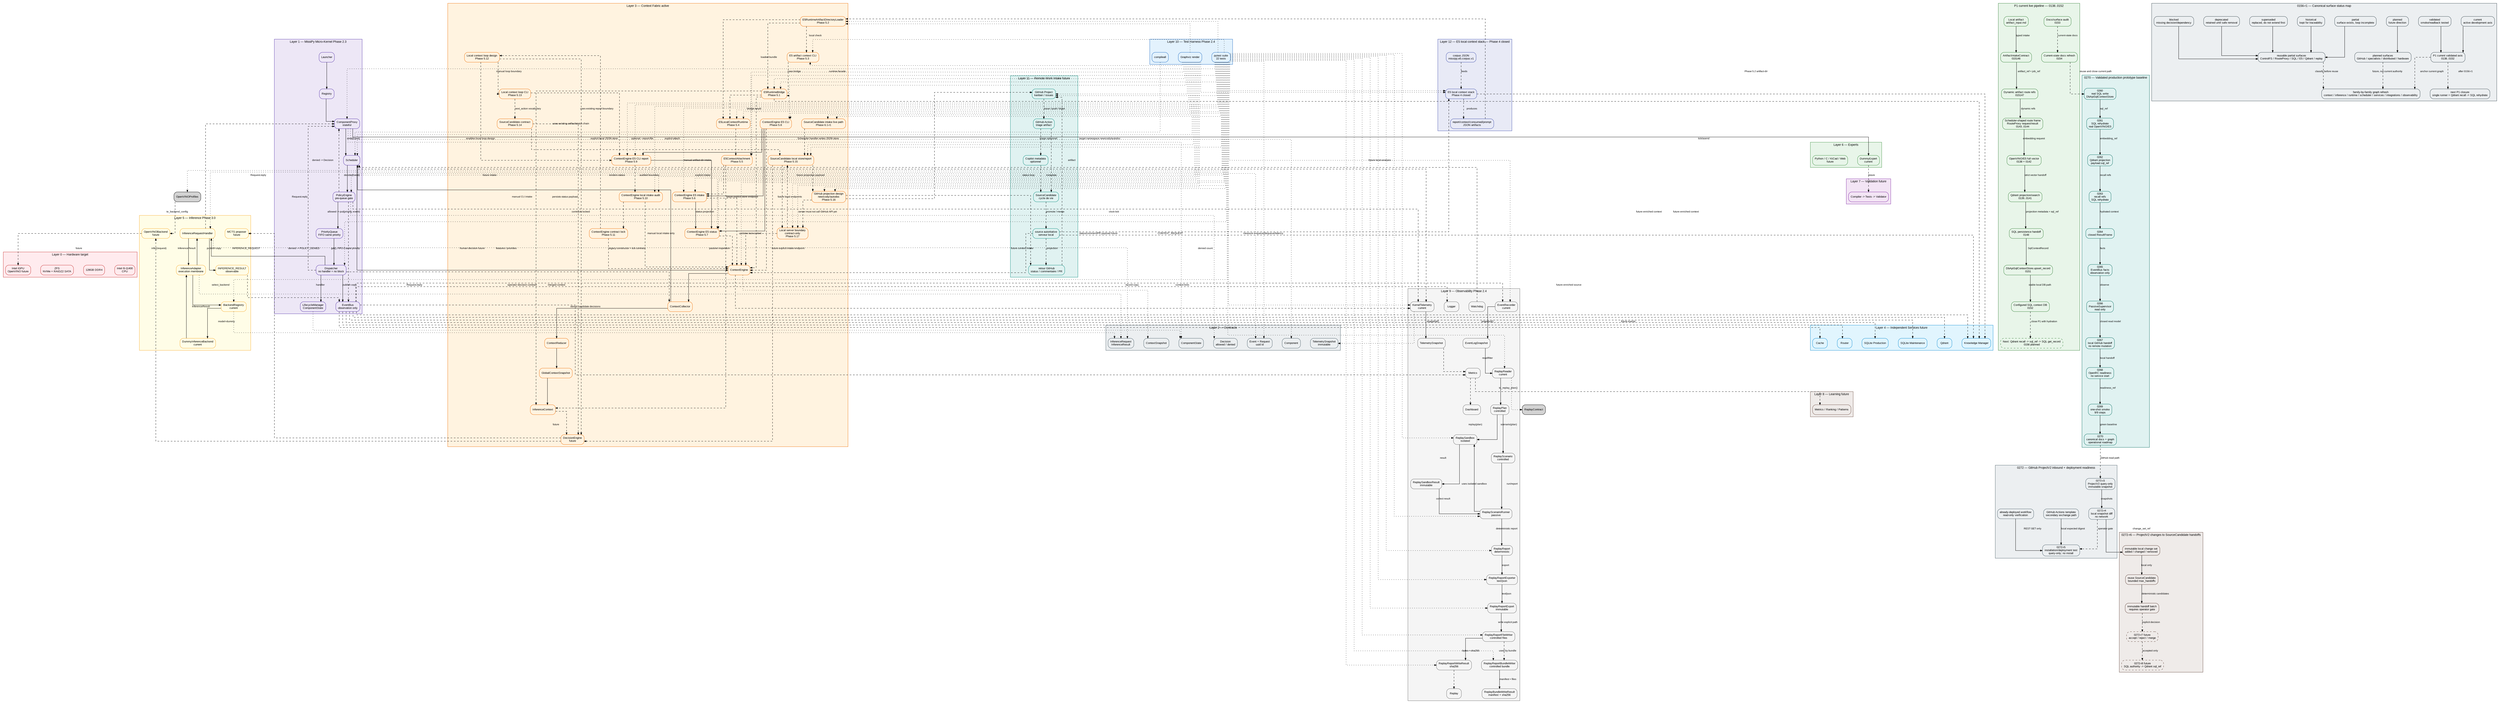
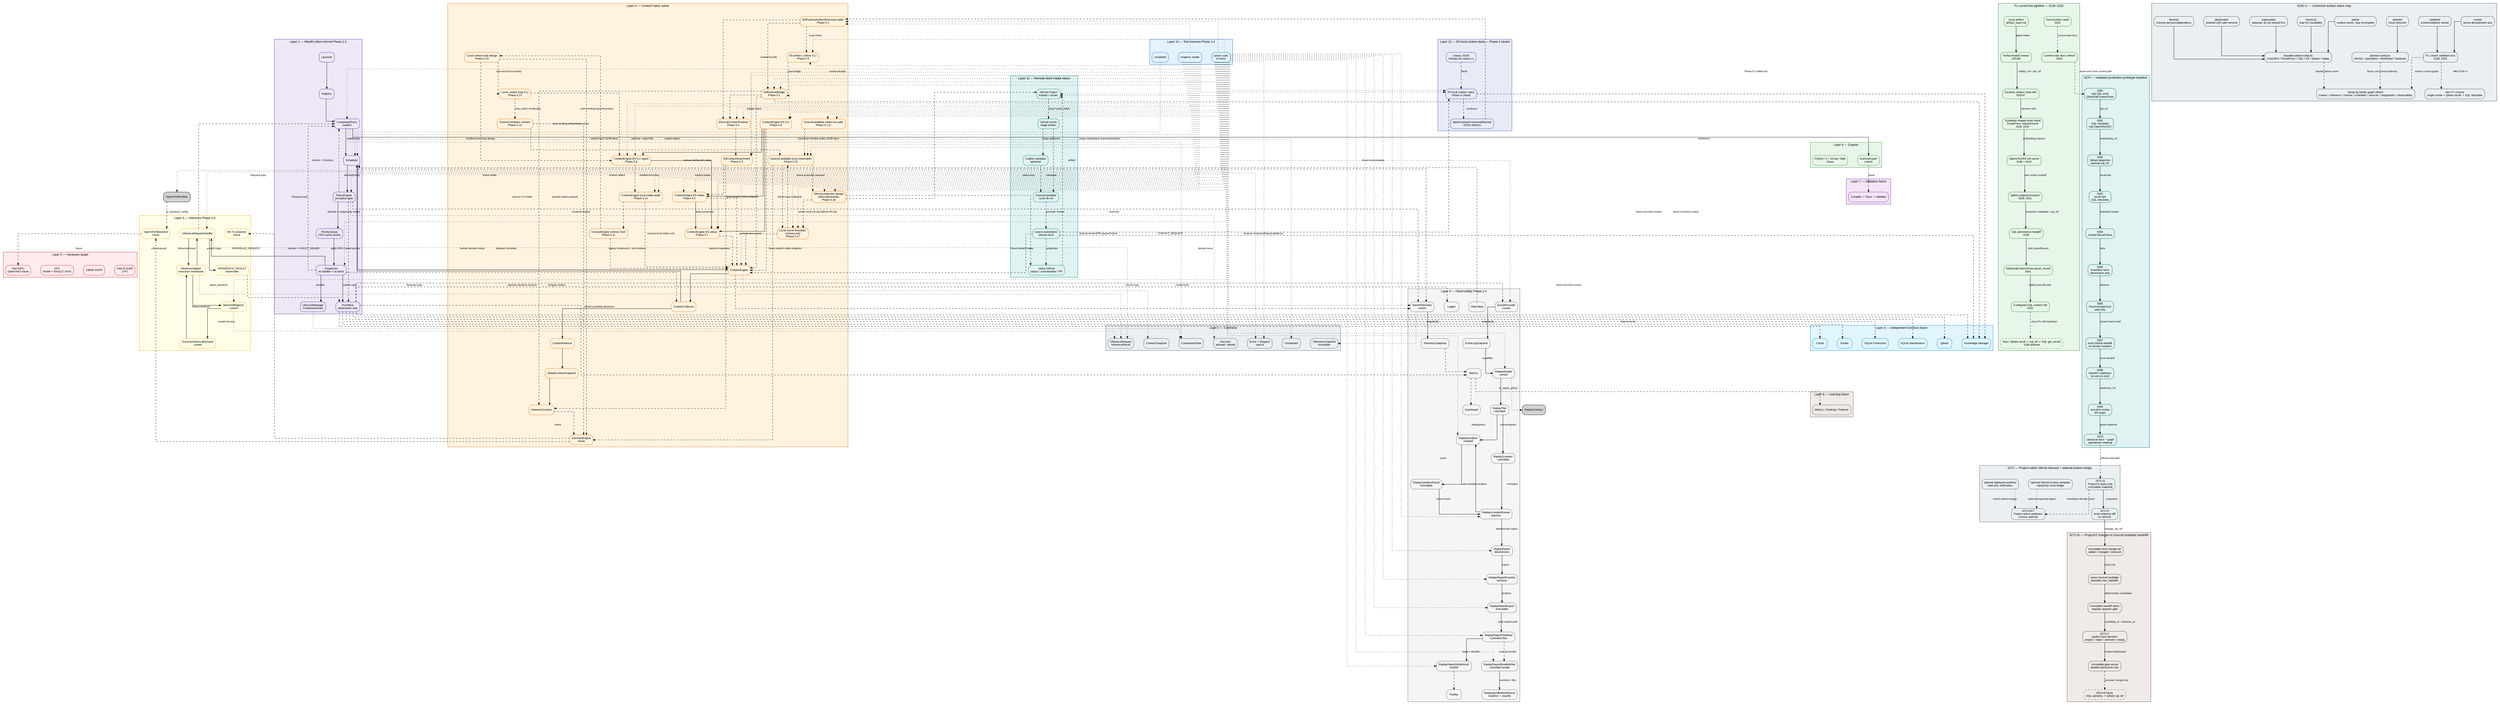
digraph Global {
    // ROADMAP_ID: global

    rankdir=TB;

    // ROADMAP_NOTE[phase2_5]:
    // BackendRegistry est ajouté au layer inference pour préparer
    // l’enregistrement explicite d’OpenVINO sans modifier le Scheduler.

    // ROADMAP_NOTE[phase3_0]:
    // OpenVINOModelProfileRegistry est ajouté pour décrire un ou plusieurs
    // modèles OpenVINO possibles avant de créer les backends exécutables.
    // ROADMAP_NOTE[phase0155]:
    // Canonical graph refresh: 00_global.dot is kept as the master graph.
    // P1 current live pipeline 0138..0152 is now visible from the global graph:
    // artifact intake -> dynamic route refs -> RouteProxy frames -> OpenVINO/E5
    // full vector -> Qdrant projection -> SQL handoff -> DbApiSqlContextStore
    // controlled write -> SQL readback. Changelogs become mandatory for each
    // significant architecture/runtime/doc/code-rule step.
    // ROADMAP_NOTE[phase0270]:
    // The canonical graph now exposes the validated 0260..0269 prototype axis.
    // SQL remains durable authority; Qdrant is projection/recall; OpenVINO/E5 is
    // explicit; EventBus and PassiveSupervisor are observation only; GitHub has
    // no implicit remote mutation; OpenRC/OS/admin owns external processes.

-     // ROADMAP_NOTE[phase0272_r6]:
-     // Immutable ProjectV2 change sets are converted locally into bounded
-     // SourceCandidate handoff batches. Every candidate remains behind a future
-     // operator gate; no GitHub mutation, SQL write or Qdrant projection occurs.
+     // ROADMAP_NOTE[phase0272_r7]:
+     // ProjectV2 is the project-native query-only source. Repository-Issue
+     // GitHub Actions remain an optional bridge. Immutable r6 handoffs now pass
+     // through an explicit local SourceCandidateDecision gate; r7 still performs
+     // no GitHub mutation, SQL write or Qdrant projection.

    compound=true;
    splines=ortho;
    nodesep=0.5;
    ranksep=0.8;

    graph [fontname="Arial", fontsize=11];
    node [shape=box, style="rounded,filled", fontname="Arial", fontsize=10];
    edge [fontname="Arial", fontsize=9, arrowsize=0.7];

    // ROADMAP_NOTE[phase2_4]:
// ReplayReportBundleWriter ajoute un dossier de replay contrôlé :
// report.txt, report.json et manifest.json avec sha256. La roadmap DOT
// est aussi vérifiée par tests/docs/test_dot_links.py afin que les liens
// descente/remontée pointent vers des sources DOT existantes.
    // Le Layer 9 ajoute ReplayReportFileWriter après ReplayReportExport.
    // Cette étape persiste les exports texte/JSON vers chemins explicites.
    // Aucun répertoire n'est créé ni aucun fichier écrasé sans demande explicite.
    // Le writer reste passif et ne commande jamais le Scheduler vivant.


    // ROADMAP_NOTE[phase4_18_r2]:
    // GitHub Project Orchestrator est visible dans l'architecture globale.
    // Cette couche reste future et documentaire : pas d'API GitHub, pas de token,
    // pas de polling réseau et pas de dépendance Copilot dans le coeur.

    // ROADMAP_NOTE[phase4_19]:
    // La Phase 4 se clôt par un audit du moteur local E5 : corpus, recherche,
    // diagnostics, gates, rapports, contexte, consommation et prompt packet.
    // Le stack E5 reste hors Scheduler, hors Qdrant et hors backend de réponse.

    // ROADMAP_NOTE[phase4_20]:
    // Phase 4 clôturée : le moteur local E5 produit des artefacts déterministes
    // de recherche, contexte consommé et prompt packet. La Phase 5 peut brancher
    // ce socle au serveur local ou au Context Engine sans changer ces frontières.

    // ROADMAP_NOTE[phase5_2]:
    // E5RuntimeArtifactDirectoryLoader ajoute la bordure IO locale pour lire un
    // artifact-dir Phase 4 et réutiliser le pont pur E5RuntimeBridge. Aucun daemon,
    // réseau, Scheduler vivant, Qdrant ou LLM n'est introduit.


    // ROADMAP_NOTE[phase5_4]:
    // E5LocalContextRuntime ajoute une façade runtime locale stable au-dessus
    // du loader 5.2 et du bridge 5.1. Elle retourne un statut typé et un
    // InferenceContext sans CLI, daemon, réseau, Scheduler vivant, Qdrant ou LLM.

    // ROADMAP_NOTE[phase5_5]:
    // E5ContextAttachment fusionne explicitement un résultat runtime E5 local
    // avec un InferenceContext existant. Cette étape prépare l'intake futur du
    // ContextEngine sans lancer Scheduler, daemon, réseau, Qdrant ou LLM.

    // ROADMAP_NOTE[phase5_6]:
    // ContextEngine reçoit une entrée E5 explicite : artifact-dir ou runtime result
    // -> attachement -> last_inference_context. Aucun autoload, aucun Scheduler
    // vivant, aucun daemon, réseau, Qdrant ou LLM n'est introduit.

    // ROADMAP_NOTE[phase5_7]:
    // E5ContextEngineStatus ajoute une projection passive et sérialisable
    // de l'état E5 attaché au ContextEngine. Elle ne lit aucun fichier,
    // ne mute aucun contexte et ne déclenche aucun Scheduler/backend.

    // ROADMAP_NOTE[phase5_8]:
    // E5ContextEngineCLI ajoute une bordure manuelle : artifact-dir ->
    // ContextEngine.attach_e5_artifact_dir() -> E5ContextEngineStatus. Elle
    // ne lance aucun Scheduler vivant, daemon, réseau, Qdrant ou LLM.


    // ROADMAP_NOTE[phase5_10]:
    // Phase 5.10 audite le bloc d'intake manuel local : artifact-dir Phase 4,
    // ContextEngine E5 CLI, report JSON et projection status. Elle ne modifie
    // pas le runtime et prépare seulement la bascule future vers serveur/local loop.

    // ROADMAP_NOTE[phase5_9]:
    // E5ContextEngineCLIReport ajoute --report-file à la bordure CLI 5.8.
    // La commande existante peut persister son payload intake + status en JSON
    // atomique sans nouvelle surface CLI, Scheduler vivant, réseau, Qdrant ou LLM.







    // ROADMAP_NOTE[phase5_17]:
    // LocalServerBoundary formalise une surface serveur local future pour
    // SourceCandidate, reports et ContextEngine intake. Cette étape reste
    // contract-only : pas de serveur, socket, framework, réseau, GitHub API,
    // token, Scheduler autoload, Qdrant, LLM ou appel OpenVINO.




    // ROADMAP_NOTE[phase6_1_r1]:
    // la CLI produit une commande typée qui traverse Scheduler -> Dispatcher
    // -> SourceCandidateIntakeHandler -> store JSON réel -> événement observable.
    // ROADMAP_NOTE[phase6_1]:
    // SourceCandidateIntakeCLI démarre Phase 6 : une entrée opérateur locale
    // crée ou remplace une SourceCandidate dans le store JSON atomique. Aucun
    // serveur, daemon, réseau, API GitHub, token, Qdrant, LLM ou OpenVINO.

    // ROADMAP_NOTE[phase5_18]:
    // Phase 5 se clôt sur l'intégration locale contrôlée : artifact-dir E5,
    // runtime bridge/facade, ContextEngine intake explicite, status/report,
    // SourceCandidate local, projection GitHub documentaire et frontière
    // adapter serveur futur non choisie. Aucun daemon, réseau, GitHub API,
    // token, Qdrant, LLM ou appel OpenVINO caché n'est introduit.

    // ROADMAP_NOTE[phase5_17_r1]:
    // LocalServerBoundaryClarification précise que la frontière serveur est
    // un contrat d'adapter futur non choisi : adapter_kind=undecided et
    // framework_choice=undecided. FastAPI/Flask ne sont pas recommandés ici.

    // ROADMAP_NOTE[phase5_16]:
    // GitHubProjectionDesign formalise la projection future entre le store
    // local SourceCandidate et newicody/autodoc. Cette étape reste documentaire :
    // aucun token, réseau, polling, GitHub API, serveur, Qdrant ou LLM.

    // ROADMAP_NOTE[phase5_15]:
    // SourceCandidateStorageReport ajoute un store JSON local explicite pour
    // SourceCandidate : load, upsert atomique, snapshot et rapport optionnel.
    // La valeur newicody/autodoc reste une projection future sans API GitHub,
    // réseau, token, daemon, Qdrant, LLM ou base de données.

    // ROADMAP_NOTE[phase5_14]:
    // SourceCandidateContract ajoute le contrat local d'une entrée candidate :
    // origin/input/policy/status/decision/transition immuable. La valeur
    // newicody/autodoc prépare la projection GitHub future sans API, réseau ou token.

    // ROADMAP_NOTE[phase5_13]:
    // LocalContextLoopCLI ajoute une orchestration manuelle mince : artifact-dir
    // Phase 4 -> ContextEngine intake -> status -> report + next_action opérateur.
    // Elle ne relance pas E5/OpenVINO, ne mute aucune décision et n'ajoute aucun
    // daemon, serveur, réseau, Qdrant, LLM ou stockage persistant.

    // ROADMAP_NOTE[phase5_12]:
    // LocalContextLoopDesign formalise la boucle locale manuelle : artifact-dir
    // Phase 4 -> runtime local -> intake explicite ContextEngine -> status/report
    // -> décision humaine. Aucun serveur, daemon, réseau, stockage persistant,
    // Qdrant, LLM ou appel OpenVINO caché n'est introduit.

    // ROADMAP_NOTE[phase5_3]:
    // E5 artifact context CLI ajoute une bordure de vérification locale pour
    // afficher l'InferenceContext construit depuis un artifact-dir, sans daemon,
    // réseau, Scheduler vivant, Qdrant ou LLM.

    subgraph cluster_L0 {
        label="Layer 0 — Hardware target";
        color="#c62828";
        bgcolor="#ffebee";
        node [fillcolor="#ffebee", color="#c62828"];
        CPU [label="Intel i5-11400\nCPU"];
        RAM [label="128GB DDR4"];
        Storage [label="ZFS\nNVMe + RAIDZ2 SATA"];
        GPU [label="Intel iGPU\nOpenVINO future"];
    }

    subgraph cluster_L1 {
        label="Layer 1 — MissiPy Micro-Kernel Phase 2.3";
        color="#512da8";
        bgcolor="#ede7f6";
        node [fillcolor="#ede7f6", color="#512da8"];
        Launcher [URL="scheduler/10_scheduler.svg", tooltip="Zoom Scheduler"];
        Registry [URL="scheduler/10_scheduler.svg", tooltip="Registry"];
        Proxy [label="ComponentProxy\nstateful", URL="scheduler/component_proxy/14_component_proxy.svg", tooltip="Runtime proxy"];
        Scheduler [URL="scheduler/10_scheduler.svg", tooltip="Zoom Scheduler"];
        Policy [label="PolicyEngine\npre-queue gate", URL="scheduler/10_scheduler.svg"];
        Queue [label="PriorityQueue\nFIFO same priority", URL="scheduler/priority_queue/13_priority_queue.svg"];
        Dispatcher [label="Dispatcher\nno handler = no block", URL="scheduler/dispatcher/11_dispatcher.svg"];
        EventBus [label="EventBus\nobservation only", URL="scheduler/event_bus/12_event_bus.svg"];
        Lifecycle [label="LifecycleManager\nComponentState", URL="scheduler/10_scheduler.svg"];
    }

    subgraph cluster_L2 {
        label="Layer 2 — Contracts";
        color="#455a64";
        bgcolor="#eceff1";
        node [fillcolor="#eceff1", color="#455a64"];
        EventContract [label="Event + Request\nuuid id"];
        LifecycleContract [label="ComponentState"];
        ComponentContract [label="Component"];
        ContextContract [label="ContextSnapshot"];
        InferenceContract [label="InferenceRequest\nInferenceResult"];
        PolicyContract [label="Decision\nallowed / denied"];
        TelemetryContract [label="TelemetrySnapshot\nimmutable"];
    }

    subgraph cluster_L3 {
        label="Layer 3 — Context Fabric active";
        color="#ef6c00";
        bgcolor="#fff3e0";
        node [fillcolor="#fff3e0", color="#ef6c00"];
        ContextEngine [label="ContextEngine", URL="context/20_context.svg"];
        Collector [label="ContextCollector", URL="context/20_context.svg"];
        Reducer [label="ContextReducer", URL="context/20_context.svg"];
        Snapshot [label="GlobalContextSnapshot", URL="context/20_context.svg"];
        InferenceCtx [label="InferenceContext", URL="context/20_context.svg"];
        E5RuntimeBridge [label="E5RuntimeBridge\nPhase 5.1", URL="context/25_e5_runtime_bridge.svg"];
        E5ArtifactLoader [label="E5RuntimeArtifactDirectoryLoader\nPhase 5.2", URL="context/26_e5_artifact_directory_loader.svg"];
        E5ArtifactContextCLI [label="E5 artifact context CLI\nPhase 5.3", URL="context/27_e5_artifact_context_cli.svg"];
        E5LocalRuntime [label="E5LocalContextRuntime\nPhase 5.4", URL="context/28_e5_local_context_runtime.svg"];
        E5ContextAttachment [label="E5ContextAttachment\nPhase 5.5", URL="context/29_e5_context_attachment.svg"];
        E5ContextEngineIntake [label="ContextEngine E5 intake\nPhase 5.6", URL="context/30_e5_context_engine_intake.svg"];
        E5ContextEngineStatus [label="ContextEngine E5 status\nPhase 5.7", URL="context/31_e5_context_engine_status.svg"];
        E5ContextEngineCLI [label="ContextEngine E5 CLI\nPhase 5.8", URL="context/32_e5_context_engine_cli.svg"];
        E5ContextEngineCLIReport [label="ContextEngine E5 CLI report\nPhase 5.9", URL="context/33_e5_context_engine_cli_report.svg"];
        E5ContextEngineIntakeAudit [label="ContextEngine local intake audit\nPhase 5.10", URL="context/34_e5_context_engine_intake_audit.svg"];
        ContextEngineContractLock [label="ContextEngine contract lock\nPhase 5.11", URL="context/35_context_engine_contract_lock.svg"];
        LocalContextLoopDesign [label="Local context loop design\nPhase 5.12", URL="context/36_local_context_loop_design.svg"];
        LocalContextLoopCLI [label="Local context loop CLI\nPhase 5.13", URL="context/37_local_context_loop_cli.svg"];
        SourceCandidateContract [label="SourceCandidate contract\nPhase 5.14", URL="context/38_source_candidate_contract.svg"];
        SourceCandidateStore [label="SourceCandidate local store/report\nPhase 5.15", URL="context/39_source_candidate_storage_report.svg"];
        GitHubProjectionDesign [label="GitHub projection design\nnewicody/autodoc\nPhase 5.16", URL="context/40_github_projection_design.svg"];
        LocalServerBoundary [label="Local server boundary\ncontract-only\nPhase 5.17", URL="context/41_local_server_boundary.svg"];
        Decision [label="DecisionEngine\nfuture", URL="context/20_context.svg"];
        SourceCandidateIntakeLivePath [label="SourceCandidate intake live path\nPhase 6.1-r1", URL="context/44_source_candidate_intake_live_path.svg"];
    }

    E5ContextEngineIntake -> E5ContextEngineStatus [label="status projection"];
    E5ContextEngineCLI -> E5ContextEngineIntake [label="manual artifact-dir intake"];
    E5ContextEngineCLI -> E5ContextEngineStatus [label="renders status"];
    E5ContextEngineCLI -> E5ContextEngineCLIReport [label="optional --report-file"];
    E5ContextEngineCLIReport -> E5ContextEngineStatus [label="persists status payload"];
    E5ContextEngineCLIReport -> E5ContextEngineIntakeAudit [style=dashed, label="audited boundary"];
    E5ContextEngineIntakeAudit -> ContextEngineContractLock [style=dashed, label="contracts locked"];
    ContextEngineContractLock -> ContextEngine [style=dashed, label="legacy constructor + tick contract"];
    E5ContextEngineIntakeAudit -> ContextEngine [style=dashed, label="manual local intake only"];
    ContextEngineContractLock -> LocalContextLoopDesign [style=dashed, label="enables local loop design"];
    LocalContextLoopDesign -> E5ContextEngineCLIReport [style=dashed, label="uses existing report boundary"];
    LocalContextLoopDesign -> LocalContextLoopCLI [style=dashed, label="manual loop boundary"];
    LocalContextLoopCLI -> E5ContextEngineCLIReport [style=dashed, label="uses existing artifact/status chain"];
    LocalContextLoopCLI -> SourceCandidateContract [style=dashed, label="next_action vocabulary"];
    SourceCandidateContract -> SourceCandidateStore [style=dashed, label="explicit local JSON store"];
    SourceCandidateStore -> Decision [style=dashed, label="stored candidate decisions"];
    SourceCandidateIntakeLivePath -> SourceCandidateStore [style=dashed, label="Scheduler handler writes JSON store"];
    SourceCandidateStore -> GitHubProjectionDesign [style=dashed, label="future projection payload"];
    SourceCandidateContract -> Decision [style=dashed, label="operator decision contract"];
    LocalContextLoopDesign -> Decision [style=dashed, label="human decision future"];


    subgraph cluster_P1_CURRENT_0155 {
        label="P1 current live pipeline — 0138..0152";
        color="#2e7d32";
        bgcolor="#e8f5e9";
        node [fillcolor="#e8f5e9", color="#2e7d32"];

        P1Artifact [label="Local artifact\nartifact_input.md", URL="runtime/145_local_artifact_vector_indexing_runner.svg"];
        P1Intake [label="ArtifactIntakeContract\n015146", URL="runtime/146_artifact_intake_contract.svg"];
        P1RouteRefs [label="Dynamic artifact route refs\n015147", URL="runtime/147_dynamic_artifact_route_refs.svg"];
        P1SchedulerRoute [label="Scheduler-shaped route frame\nRouteProxy request/result\n0143..0144", URL="runtime/143_scheduler_vector_indexing_smoke.svg"];
        P1OpenVINO [label="OpenVINO/E5 full vector\n0138 + 0142", URL="runtime/142_machine_vector_handoff.svg"];
        P1Qdrant [label="Qdrant projection/search\n0139..0141", URL="runtime/140_qdrant_projection_operator_rest_smoke.svg"];
        P1SqlHandoff [label="SQL persistence handoff\n0148", URL="runtime/148_sql_persistence_handoff.svg"];
        P1SqlStore [label="DbApiSqlContextStore.upsert_record\n0151", URL="runtime/151_sql_context_store_controlled_write.svg"];
        P1ConfiguredDb [label="Configured SQL context DB\n0152", URL="runtime/152_sql_context_store_configured_db_path.svg"];
        P1DocsAudit [label="Docs/surface audit\n0153", URL="runtime/153_architecture_docs_surface_audit.svg"];
        P1DocsRefresh [label="Current-state docs refresh\n0154", URL="runtime/154_current_p1_pipeline.svg"];
        P1RehydrationNext [label="Next: Qdrant recall -> sql_ref -> SQL get_record\n0156 planned", style="rounded,dashed,filled"];
    }

    P1Artifact -> P1Intake [label="typed intake"];
    P1Intake -> P1RouteRefs [label="artifact_ref + job_ref"];
    P1RouteRefs -> P1SchedulerRoute [label="dynamic refs"];
    P1SchedulerRoute -> P1OpenVINO [label="embedding request"];
    P1OpenVINO -> P1Qdrant [label="strict vector handoff"];
    P1Qdrant -> P1SqlHandoff [label="projection metadata + sql_ref"];
    P1SqlHandoff -> P1SqlStore [label="SqlContextRecord"];
    P1SqlStore -> P1ConfiguredDb [label="stable local DB path"];
    P1ConfiguredDb -> P1RehydrationNext [style=dashed, label="close P1 with hydration"];
    P1DocsAudit -> P1DocsRefresh [style=dashed, label="current-state docs"];


    subgraph cluster_L4 {
        label="Layer 4 — Independent Services future";
        color="#0288d1";
        bgcolor="#e1f5fe";
        node [fillcolor="#e1f5fe", color="#0288d1"];
        Router [URL="services/30_services.svg"];
        SQLiteProd [label="SQLite Production", URL="services/30_services.svg"];
        SQLiteMaint [label="SQLite Maintenance", URL="services/30_services.svg"];
        Qdrant [URL="services/30_services.svg"];
        Cache [URL="services/30_services.svg"];
        Knowledge [label="Knowledge Manager", URL="services/30_services.svg"];
    }

    subgraph cluster_L5 {
        label="Layer 5 — Inference Phase 3.0";
        color="#f9a825";
        bgcolor="#fffde7";
        node [fillcolor="#fffde7", color="#f9a825"];
        InferenceHandler [label="InferenceRequestHandler", URL="inference/40_inference.svg"];
        InferenceAdapter [label="InferenceAdapter\nexecution membrane", URL="inference/40_inference.svg"];
        BackendRegistry [label="BackendRegistry\ncurrent", URL="inference/40_inference.svg"];
        DummyBackend [label="DummyInferenceBackend\ncurrent", URL="inference/40_inference.svg"];
        InferenceResult [label="INFERENCE_RESULT\nobservable", URL="inference/40_inference.svg"];
        OpenVINO [label="OpenVINOBackend\nfuture", URL="inference/40_inference.svg"];
        MCTS [label="MCTS proposer\nfuture"];
    }

    subgraph cluster_L6 {
        label="Layer 6 — Experts";
        color="#388e3c";
        bgcolor="#e8f5e9";
        node [fillcolor="#e8f5e9", color="#388e3c"];
        Dummy [label="DummyExpert\ncurrent", URL="experts/40_experts.svg"];
        ExpertsFuture [label="Python / C / KiCad / Web\nfuture", URL="experts/40_experts.svg"];
    }

    subgraph cluster_L7 {
        label="Layer 7 — Validation future";
        color="#7b1fa2";
        bgcolor="#f3e5f5";
        node [fillcolor="#f3e5f5", color="#7b1fa2"];
        Validation [label="Compiler -> Tests -> Validator", URL="validation/50_validation.svg"];
    }

    subgraph cluster_L8 {
        label="Layer 8 — Learning future";
        color="#6d4c41";
        bgcolor="#efebe9";
        node [fillcolor="#efebe9", color="#6d4c41"];
        Learning [label="Metrics / Ranking / Patterns", URL="learning/60_learning.svg"];
    }

    subgraph cluster_L9 {
        label="Layer 9 — Observability Phase 2.4";
        color="#666666";
        bgcolor="#f5f5f5";
        node [fillcolor="#f5f5f5", color="#666666"];
        Logger [URL="observability/70_observability.svg"];
        KernelTelemetry [label="KernelTelemetry
current", URL="observability/70_observability.svg"];
        TelemetrySnapshot [label="TelemetrySnapshot", URL="observability/70_observability.svg"];
        EventRecorder [label="EventRecorder
current", URL="observability/70_observability.svg"];
        EventLogSnapshot [label="EventLogSnapshot", URL="observability/70_observability.svg"];
        ReplayReader [label="ReplayReader
current", URL="observability/70_observability.svg"];
        ReplayPlan [label="ReplayPlan
controlled", URL="observability/70_observability.svg"];
        ReplaySandbox [label="ReplaySandbox
isolated", URL="observability/70_observability.svg"];
        ReplaySandboxResult [label="ReplaySandboxResult
immutable", URL="observability/70_observability.svg"];
        ReplayScenario [label="ReplayScenario
controlled", URL="observability/70_observability.svg"];
        ReplayScenarioRunner [label="ReplayScenarioRunner
passive", URL="observability/70_observability.svg"];
        ReplayReport [label="ReplayReport
deterministic", URL="observability/70_observability.svg"];
        ReplayReportExporter [label="ReplayReportExporter
text/json", URL="observability/70_observability.svg"];
        ReplayReportExport [label="ReplayReportExport
immutable", URL="observability/70_observability.svg"];
        ReplayReportFileWriter [label="ReplayReportFileWriter
controlled files", URL="observability/70_observability.svg"];
        ReplayReportWriteResult [label="ReplayReportWriteResult
sha256", URL="observability/70_observability.svg"];
        ReplayReportBundleWriter [label="ReplayReportBundleWriter
controlled bundle", URL="observability/70_observability.svg"];
        ReplayBundleWriteResult [label="ReplayBundleWriteResult
manifest + sha256", URL="observability/70_observability.svg"];
        Metrics [URL="observability/70_observability.svg"];
        Replay [URL="observability/70_observability.svg"];
        Dashboard [URL="observability/70_observability.svg"];
        Watchdog [URL="observability/70_observability.svg"];
    }

    subgraph cluster_L10 {
        label="Layer 10 — Test Harness Phase 2.4";
        color="#1565c0";
        bgcolor="#e3f2fd";
        node [fillcolor="#e3f2fd", color="#1565c0"];
        Pytest [label="pytest suite\n22 tests", URL="tests/80_tests.svg"];
        CompileAll [label="compileall"];
        DotRender [label="Graphviz render"];
    }



    subgraph cluster_L11 {
        label="Layer 11 — Remote Work Intake future";
        color="#00897b";
        bgcolor="#e0f2f1";
        node [fillcolor="#e0f2f1", color="#00897b"];
        GitHubProject [label="GitHub Project
kanban / issues", URL="integrations/90_github_project_orchestrator.svg"];
        GitHubAction [label="GitHub Action
triage artifact", URL="integrations/90_github_project_orchestrator.svg"];
        CopilotMetadata [label="Copilot metadata
optionnel", URL="integrations/90_github_project_orchestrator.svg"];
        SourceCandidate [label="SourceCandidate
cycle de vie", URL="integrations/91_source_candidate_lifecycle.svg"];
        LocalAuthority [label="source autoritative
serveur local", URL="integrations/91_source_candidate_lifecycle.svg"];
        GitHubFeedback [label="retour GitHub
status / commentaire / PR", URL="integrations/90_github_project_orchestrator.svg"];
    }

    subgraph cluster_L12 {
        label="Layer 12 — E5 local context stack — Phase 4 closed";
        color="#3949ab";
        bgcolor="#e8eaf6";
        node [fillcolor="#e8eaf6", color="#3949ab"];
        E5LocalStack [label="E5 local context stack
Phase 4 closed", URL="inference/74_e5_phase4_closure.svg"];
        E5Corpus [label="corpus JSON
missipy.e5.corpus.v1", URL="inference/73_e5_phase4_final_audit.svg"];
        E5Reports [label="report/context/consumed/prompt
JSON artifacts", URL="inference/74_e5_phase4_closure.svg"];
    }

    Launcher -> Registry;
    Registry -> Proxy;
    Proxy -> Scheduler [label="emit(Event)"];
    Scheduler -> Policy [label="decide(Event)"];
    Policy -> Queue [label="allowed -> put(priority, event)"];
    Policy -> EventBus [label="denied -> POLICY_DENIED", style=dashed];
    Policy -> Proxy [label="denied -> Decision", style=dashed];
    Queue -> Dispatcher [label="get(), FIFO if same priority"];
    Dispatcher -> Lifecycle [label="handler"];
    Dispatcher -> EventBus [label="publish copy"];
    Dispatcher -> Proxy [label="Request.reply", style=dashed];

    Lifecycle -> LifecycleContract [style=dotted];
    Proxy -> LifecycleContract [style=dotted];

    Scheduler -> ContextEngine [label="clock tick"];
    ContextEngine -> Collector;
    Collector -> Scheduler [label="CONTEXT_REQUEST"];
    Dispatcher -> Collector [label="Request.reply", style=dashed];
    Collector -> Reducer;
    Reducer -> Snapshot;
    Snapshot -> InferenceCtx;
    InferenceCtx -> Decision [style=dashed, label="future"];

    Scheduler -> EventContract [style=dotted];
    Policy -> PolicyContract [style=dotted];
    KernelTelemetry -> TelemetryContract [style=dotted];
    Proxy -> ComponentContract [style=dotted];
    ContextEngine -> ContextContract [style=dotted];
    InferenceHandler -> InferenceContract [style=dotted];
    ReplayReader -> ReplayContract [style=dotted];
    InferenceAdapter -> InferenceContract [style=dotted];
    BackendRegistry -> InferenceContract [style=dotted];

    Proxy -> Dummy [label="tick/asend"];

    Dispatcher -> InferenceHandler [label="INFERENCE_REQUEST"];
    InferenceHandler -> InferenceAdapter [label="infer(request)"];
    InferenceAdapter -> BackendRegistry [label="select_backend"];
    BackendRegistry -> DummyBackend [label="model=dummy"];
    DummyBackend -> InferenceAdapter [label="InferenceResult"];
    InferenceAdapter -> InferenceHandler [label="InferenceResult"];
    InferenceHandler -> InferenceResult [label="publish copy"];
    InferenceHandler -> Proxy [label="Request.reply", style=dashed];
    InferenceResult -> EventBus [style=dashed];
    OpenVINOProfiles -> OpenVINO [style=dashed, label="to_backend_config"];
    OpenVINO -> GPU [style=dashed, label="future"];
    E5Corpus -> E5LocalStack [style=dashed, label="feeds"];
    E5LocalStack -> E5Reports [style=dashed, label="produces"];
    E5Reports -> E5ArtifactLoader [style=dashed, label="Phase 5.2 artifact-dir"];
    E5ArtifactLoader -> E5RuntimeBridge [style=dashed, label="loaded bundle"];
    E5ArtifactLoader -> E5ArtifactContextCLI [style=dashed, label="local check"];
    E5ArtifactContextCLI -> E5RuntimeBridge [style=dashed, label="uses bridge"];
    E5ArtifactLoader -> E5LocalRuntime [style=dashed, label="runtime facade"];
    E5RuntimeBridge -> E5LocalRuntime [style=dashed, label="bridge result"];
    E5LocalRuntime -> E5ContextAttachment [style=dashed, label="explicit attach"];
    E5ContextAttachment -> InferenceCtx [style=dashed, label="merged context"];
    E5RuntimeBridge -> InferenceCtx [style=dashed, label="features / priorities"];
    E5ContextAttachment -> E5ContextEngineIntake [style=dashed, label="explicit intake"];
    E5ContextEngineIntake -> ContextEngine [style=dashed, label="updates last context"];
    E5ContextEngineStatus -> ContextEngine [style=dashed, label="passive inspection"];
    E5ContextEngineCLI -> ContextEngine [style=dashed, label="manual CLI intake"];
    E5RuntimeBridge -> ContextEngine [style=dashed, label="future intake"];
    E5RuntimeBridge -> Knowledge [style=dashed, label="future enriched context"];
    E5LocalStack -> Knowledge [style=dashed, label="future enriched context"];

    Scheduler -> KernelTelemetry [style=dashed, label="measure enqueue/dequeue/latency"];
    Policy -> KernelTelemetry [style=dashed, label="denied count"];
    ContextEngine -> KernelTelemetry [style=dashed, label="context ticks"];
    KernelTelemetry -> TelemetrySnapshot [label="snapshot()"];
    TelemetrySnapshot -> Metrics [style=dashed];

    EventBus -> Logger [style=dashed];
    EventBus -> Metrics [style=dashed];
    EventBus -> EventRecorder [style=dashed, label="record copy"];
    EventRecorder -> EventLogSnapshot [label="snapshot()"];
    EventLogSnapshot -> ReplayReader [label="read/filter"];
    ReplayReader -> ReplayPlan [label="to_replay_plan()"];
    ReplayPlan -> ReplaySandbox [label="replay(plan)"];
    ReplaySandbox -> ReplaySandboxResult [label="result"];
    ReplayPlan -> ReplayScenario [label="scenario(plan)"];
    ReplayScenario -> ReplayScenarioRunner [label="run/report"];
    ReplayScenarioRunner -> ReplaySandbox [label="uses isolated sandbox"];
    ReplaySandboxResult -> ReplayScenarioRunner [label="collect result"];
    ReplayScenarioRunner -> ReplayReport [label="deterministic report"];
    ReplayReport -> ReplayReportExporter [label="export"];
    ReplayReportExporter -> ReplayReportExport [label="text/json"];
    ReplayReportExport -> ReplayReportFileWriter [label="write explicit path"];
    ReplayReportFileWriter -> ReplayReportWriteResult [label="bytes + sha256"];
    ReplayReportFileWriter -> ReplayReportBundleWriter [style=dashed, label="used by bundle"];
    ReplayReportBundleWriter -> ReplayBundleWriteResult [label="manifest + files"];
    ReplayReportWriteResult -> Replay [style=dashed];
    Metrics -> Dashboard [style=dashed];
    Watchdog -> Scheduler [style=dashed];

    Pytest -> EventContract [style=dotted];
    Pytest -> Dispatcher [style=dotted];
    Pytest -> Proxy [style=dotted];
    Pytest -> ContextEngine [style=dotted];
    Pytest -> InferenceHandler [style=dotted];
    Pytest -> BackendRegistry [style=dotted];
    Pytest -> OpenVINOProfiles [style=dotted];
    Pytest -> Policy [style=dotted];
    Pytest -> KernelTelemetry [style=dotted];
    Pytest -> EventRecorder [style=dotted];
    Pytest -> ReplayReader [style=dotted];
    Pytest -> ReplaySandbox [style=dotted];
    Pytest -> ReplayScenarioRunner [style=dotted];
    Pytest -> ReplayReport [style=dotted];
    Pytest -> ReplayReportExporter [style=dotted];
    Pytest -> ReplayReportExport [style=dotted];
    Pytest -> ReplayReportFileWriter [style=dotted];
    Pytest -> ReplayReportBundleWriter [style=dotted];
    Pytest -> ReplayReportWriteResult [style=dotted];
    CompileAll -> Scheduler [style=dotted];
    DotRender -> Scheduler [style=dotted];

    EventBus -> Router [style=dashed, label="future events"];
    EventBus -> SQLiteProd [style=dashed];
    EventBus -> SQLiteMaint [style=dashed];
    EventBus -> Qdrant [style=dashed];
    EventBus -> Cache [style=dashed];
    EventBus -> Knowledge [style=dashed];
    Decision -> OpenVINO [style=dashed];
    Decision -> MCTS [style=dashed];
    Dummy -> Validation [style=dashed, label="future"];
    Metrics -> Learning [style=dashed];

    GitHubProject -> GitHubAction [style=dashed, label="issue / push / ticket"];
    GitHubAction -> CopilotMetadata [style=dashed, label="triage optionnel"];
    CopilotMetadata -> SourceCandidate [style=dashed, label="metadata"];
    GitHubAction -> SourceCandidate [style=dashed, label="artifact"];
    SourceCandidate -> LocalAuthority [style=dashed, label="promote / merge"];
    LocalAuthority -> E5LocalStack [style=dashed, label="future local analysis"];
    LocalAuthority -> ContextEngine [style=dashed, label="future context intake"];
    LocalAuthority -> Knowledge [style=dashed, label="future enriched source"];
    LocalAuthority -> GitHubFeedback [style=dashed, label="projection"];
    GitHubProjectionDesign -> GitHubProject [style=dashed, label="target namespace newicody/autodoc"];
    GitHubProjectionDesign -> GitHubFeedback [style=dashed, label="status/comment/PR payload future"];
    SourceCandidateStore -> LocalServerBoundary [style=dashed, label="future local endpoints"];
    GitHubProjectionDesign -> LocalServerBoundary [style=dashed, label="server must not call GitHub API yet"];
    LocalServerBoundary -> ContextEngine [style=dashed, label="future explicit intake endpoint"];
    LocalServerBoundary -> SourceCandidateStore [style=dashed, label="future explicit store endpoint"];
    GitHubFeedback -> GitHubProject [style=dashed, label="status loop"];
    Pytest -> GitHubProject [style=dotted];
    Pytest -> E5LocalStack [style=dotted];
    Pytest -> E5RuntimeBridge [style=dotted];
    Pytest -> E5ArtifactLoader [style=dotted];
    Pytest -> E5ArtifactContextCLI [style=dotted];
    Pytest -> E5LocalRuntime [style=dotted];
    Pytest -> E5ContextAttachment [style=dotted];
    Pytest -> E5ContextEngineIntake [style=dotted];
    Pytest -> E5ContextEngineStatus [style=dotted];
    Pytest -> E5ContextEngineCLI [style=dotted];
    Pytest -> E5ContextEngineCLIReport [style=dotted];
    Pytest -> E5ContextEngineIntakeAudit [style=dotted];
    Pytest -> SourceCandidateStore [style=dotted];
    Pytest -> SourceCandidateIntakeLivePath [style=dotted];
    Pytest -> GitHubProjectionDesign [style=dotted];
    Pytest -> LocalServerBoundary [style=dotted];
    DotRender -> GitHubProject [style=dotted];
    DotRender -> E5LocalStack [style=dotted];
    DotRender -> E5RuntimeBridge [style=dotted];
    DotRender -> E5ArtifactLoader [style=dotted];
    DotRender -> E5ArtifactContextCLI [style=dotted];
    DotRender -> E5LocalRuntime [style=dotted];
    DotRender -> E5ContextAttachment [style=dotted];
    DotRender -> E5ContextEngineIntake [style=dotted];
    DotRender -> E5ContextEngineStatus [style=dotted];
    DotRender -> E5ContextEngineCLI [style=dotted];
    DotRender -> E5ContextEngineCLIReport [style=dotted];
    DotRender -> E5ContextEngineIntakeAudit [style=dotted];
    DotRender -> SourceCandidateStore [style=dotted];
    DotRender -> SourceCandidateIntakeLivePath [style=dotted];
    DotRender -> GitHubProjectionDesign [style=dotted];
    DotRender -> LocalServerBoundary [style=dotted];

   // ROADMAP_NOTE[phase0156_r1]:
   // 0156-r1 updates the canonical global graph from the exact local
   // 00_global.dot state. It adds a status inventory view without deleting
   // historical graph branches and without creating runtime code.

   subgraph cluster_0156_R1_GLOBAL_STATUS {
       label="0156-r1 — Canonical surface status map";
       color="#37474f";
       bgcolor="#eceff1";
       node [fillcolor="#eceff1", color="#37474f"];

       StatusCurrent0156R1 [label="current\nactive development axis"];
       StatusValidated0156R1 [label="validated\nsmoke/readback tested"];
       StatusPartial0156R1 [label="partial\nsurface exists, loop incomplete"];
       StatusPlanned0156R1 [label="planned\nfuture direction"];
       StatusHistorical0156R1 [label="historical\nkept for traceability"];
       StatusSuperseded0156R1 [label="superseded\nreplaced, do not extend first"];
       StatusDeprecated0156R1 [label="deprecated\nretained until safe removal"];
       StatusBlocked0156R1 [label="blocked\nmissing decision/dependency"];

       P1CurrentAxis0156R1 [label="P1 current validated axis\n0138..0152"];
       P1Next0156R1 [label="next P1 closure\nsingle runner + Qdrant recall -> SQL rehydrate"];
       ReusableSurfaces0156R1 [label="reusable partial surfaces\nControlFS / RouteProxy / SQL / E5 / Qdrant / replay"];
       PlannedSurfaces0156R1 [label="planned surfaces\nGitHub / specialists / distributed / hardware"];
       FamilyRefresh0156R1 [label="family-by-family graph refresh\ncontext / inference / runtime / scheduler / services / integrations / observability"];

       StatusCurrent0156R1 -> P1CurrentAxis0156R1;
       StatusValidated0156R1 -> P1CurrentAxis0156R1;
       StatusPartial0156R1 -> ReusableSurfaces0156R1;
       StatusHistorical0156R1 -> ReusableSurfaces0156R1;
       StatusSuperseded0156R1 -> ReusableSurfaces0156R1;
       StatusDeprecated0156R1 -> ReusableSurfaces0156R1;
       StatusBlocked0156R1 -> ReusableSurfaces0156R1;
       StatusPlanned0156R1 -> PlannedSurfaces0156R1;

       P1CurrentAxis0156R1 -> P1Next0156R1 [style=dashed, label="after 0156-r1"];
       P1CurrentAxis0156R1 -> FamilyRefresh0156R1 [style=dashed, label="anchor current graph"];
       ReusableSurfaces0156R1 -> FamilyRefresh0156R1 [style=dashed, label="classify before reuse"];
       PlannedSurfaces0156R1 -> FamilyRefresh0156R1 [style=dashed, label="future, not current authority"];
   }


   subgraph cluster_0270_PROTOTYPE_OPERATIONAL_BASELINE {
       label="0270 — Validated production prototype baseline";
       color="#00695c";
       bgcolor="#e0f2f1";
       node [fillcolor="#e0f2f1", color="#00695c"];

       PrototypeSql0260 [label="0260\nreal SQL write\nDbApiSqlContextStore"];
       PrototypeEmbedding0261 [label="0261\nSQL rehydrate\nreal OpenVINO/E5"];
       PrototypeProjection0262 [label="0262\nQdrant projection\npayload.sql_ref"];
       PrototypeRecall0263 [label="0263\nrecall refs\nSQL rehydrate"];
       PrototypeClosedFrame0264 [label="0264\nclosed ResultFrame"];
       PrototypeEventBus0265 [label="0265\nEventBus facts\nobservation only"];
       PrototypeSupervisor0266 [label="0266\nPassiveSupervisor\nread only"];
       PrototypeGitHub0267 [label="0267\nlocal GitHub handoff\nno remote mutation"];
       PrototypeReadiness0268 [label="0268\nOpenRC readiness\nno service start"];
       PrototypeSmoke0269 [label="0269\none-shot smoke\n9/9 steps"];
       PrototypeDocs0270 [label="0270\ncanonical docs + graph\noperational roadmap"];

       PrototypeSql0260 -> PrototypeEmbedding0261 [label="sql_ref"];
       PrototypeEmbedding0261 -> PrototypeProjection0262 [label="embedding_ref"];
       PrototypeProjection0262 -> PrototypeRecall0263 [label="recall refs"];
       PrototypeRecall0263 -> PrototypeClosedFrame0264 [label="hydrated context"];
       PrototypeClosedFrame0264 -> PrototypeEventBus0265 [label="facts"];
       PrototypeEventBus0265 -> PrototypeSupervisor0266 [label="observe"];
       PrototypeSupervisor0266 -> PrototypeGitHub0267 [label="closed read model"];
       PrototypeGitHub0267 -> PrototypeReadiness0268 [label="local handoff"];
       PrototypeReadiness0268 -> PrototypeSmoke0269 [label="readiness_ref"];
       PrototypeSmoke0269 -> PrototypeDocs0270 [label="green baseline"];
   }

   P1DocsRefresh -> PrototypeSql0260 [style=dashed, label="reuse and close current path"];



   subgraph cluster_0272_GITHUB_PROJECT_INBOUND_READINESS {
-        label="0272 — GitHub ProjectV2 inbound + deployment readiness";
+        label="0272 — Project-native GitHub inbound + optional Actions bridge";
       color="#455a64";
       bgcolor="#eceff1";
       node [fillcolor="#eceff1", color="#455a64"];

       ProjectV2Snapshot0272 [label="0272-r3\nProjectV2 query-only\nimmutable snapshot"];
       ProjectV2Changes0272 [label="0272-r4\nlocal snapshot diff\nno network"];
-        DeploymentReadiness0272 [label="0272-r5\ninstallation/deployment test\nquery-only; no install"];
-        ActionsTemplate0272 [label="GitHub Actions template\nsecondary exchange path"];
-        ExternalWorkflow0272 [label="already-deployed workflow\nread-only verification"];
+        DeploymentReadiness0272 [label="0272-r5/r7\nProject-native readiness\nActions optional"];
+        ActionsTemplate0272 [label="optional GitHub Actions template\nrepository-Issue bridge"];
+        ExternalWorkflow0272 [label="optional deployed workflow\nread-only verification"];

       ProjectV2Snapshot0272 -> ProjectV2Changes0272 [label="snapshots"];
-        ProjectV2Changes0272 -> DeploymentReadiness0272 [style=dashed, label="operator gate"];
-        ActionsTemplate0272 -> DeploymentReadiness0272 [label="local expected digest"];
-        ExternalWorkflow0272 -> DeploymentReadiness0272 [label="REST GET only"];
+        ProjectV2Snapshot0272 -> DeploymentReadiness0272 [style=dashed, label="mandatory identity check"];
+        ActionsTemplate0272 -> DeploymentReadiness0272 [style=dotted, label="optional expected digest"];
+        ExternalWorkflow0272 -> DeploymentReadiness0272 [style=dotted, label="--check-actions-bridge"];
   }

   PrototypeDocs0270 -> ProjectV2Snapshot0272 [style=dashed, label="GitHub read path"];

   subgraph cluster_0272_R6_PROJECT_CHANGE_HANDOFF {
       label="0272-r6 — ProjectV2 changes to SourceCandidate handoffs";
       color="#5d4037";
       bgcolor="#efebe9";
       node [fillcolor="#efebe9", color="#5d4037"];

       ProjectChangeSet0272R6 [label="immutable local change set\nadded / changed / removed"];
       SourceCandidateReuse0272R6 [label="reuse SourceCandidate\nbounded max_handoffs"];
       HandoffBatch0272R6 [label="immutable handoff batch\nrequires operator gate"];
-        FutureAcceptance0272R6 [label="0272-r7 future\naccept / reject / merge", style="rounded,dashed"];
+        SourceCandidateGate0272R7 [label="0272-r7\nexplicit local decision\ninspect / reject / promote / merge"];
+        GateRecord0272R7 [label="immutable gate record\ndurable permission only"];
       FutureDurable0272R6 [label="0272-r8 future\nSQL authority -> Qdrant sql_ref", style="rounded,dashed"];

       ProjectChangeSet0272R6 -> SourceCandidateReuse0272R6 [label="local only"];
       SourceCandidateReuse0272R6 -> HandoffBatch0272R6 [label="deterministic candidates"];
-        HandoffBatch0272R6 -> FutureAcceptance0272R6 [style=dashed, label="explicit decision"];
-        FutureAcceptance0272R6 -> FutureDurable0272R6 [style=dashed, label="accepted only"];
+        HandoffBatch0272R6 -> SourceCandidateGate0272R7 [label="candidate_id + decision_id"];
+        SourceCandidateGate0272R7 -> GateRecord0272R7 [label="content-addressed"];
+        GateRecord0272R7 -> FutureDurable0272R6 [style=dashed, label="promote / merge only"];
   }

   ProjectV2Changes0272 -> ProjectChangeSet0272R6 [label="change_set_ref"];

}

